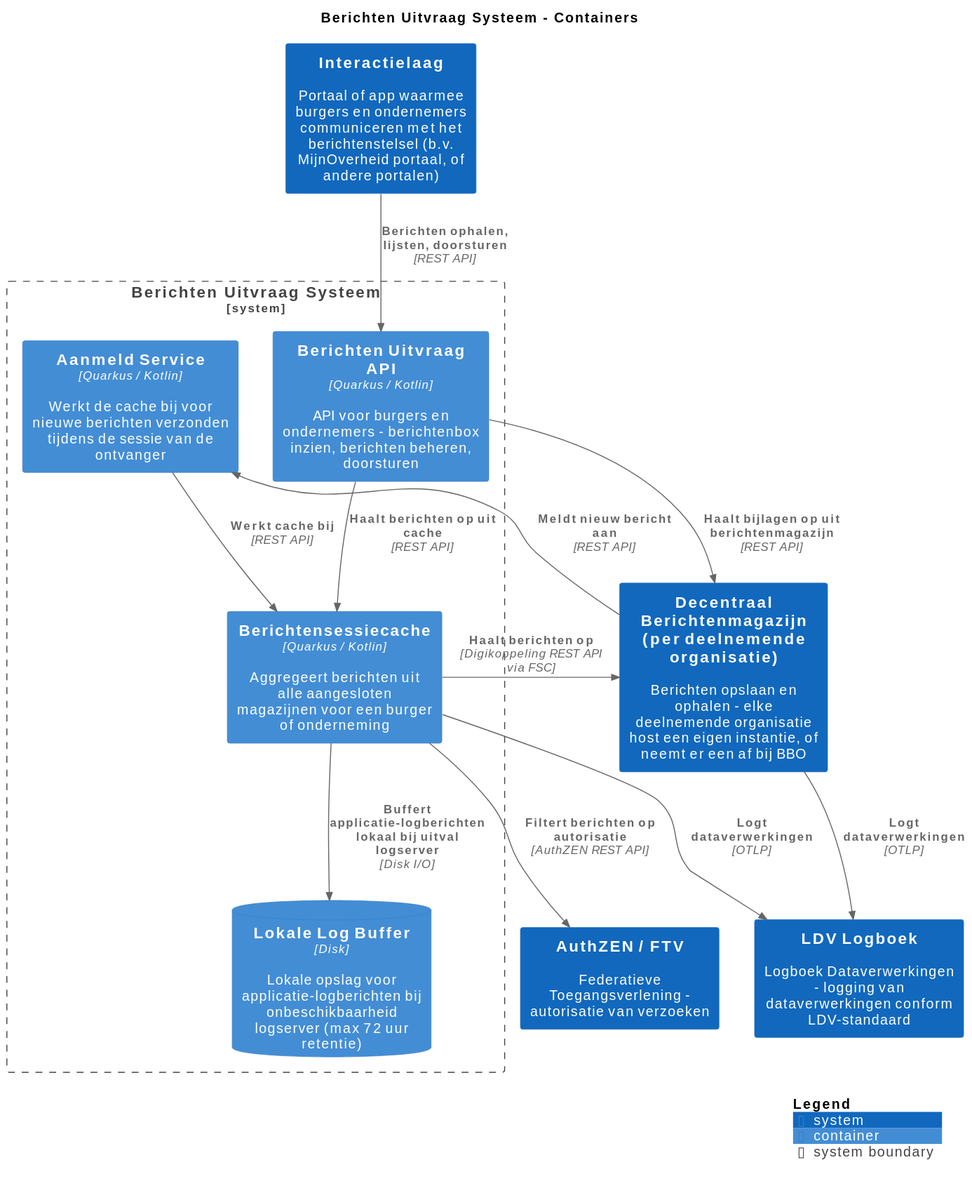
This is pr-preview/pr-16/master/svg/BerichtenUitvraagSysteemContainers.svg from MinBZK/moza-poc-fbs-berichtenbox, a PlantUML export, as it was before one commit. Its source is kept beside it as pr-preview/pr-16/master/puml/BerichtenUitvraagSysteemContainers.puml.
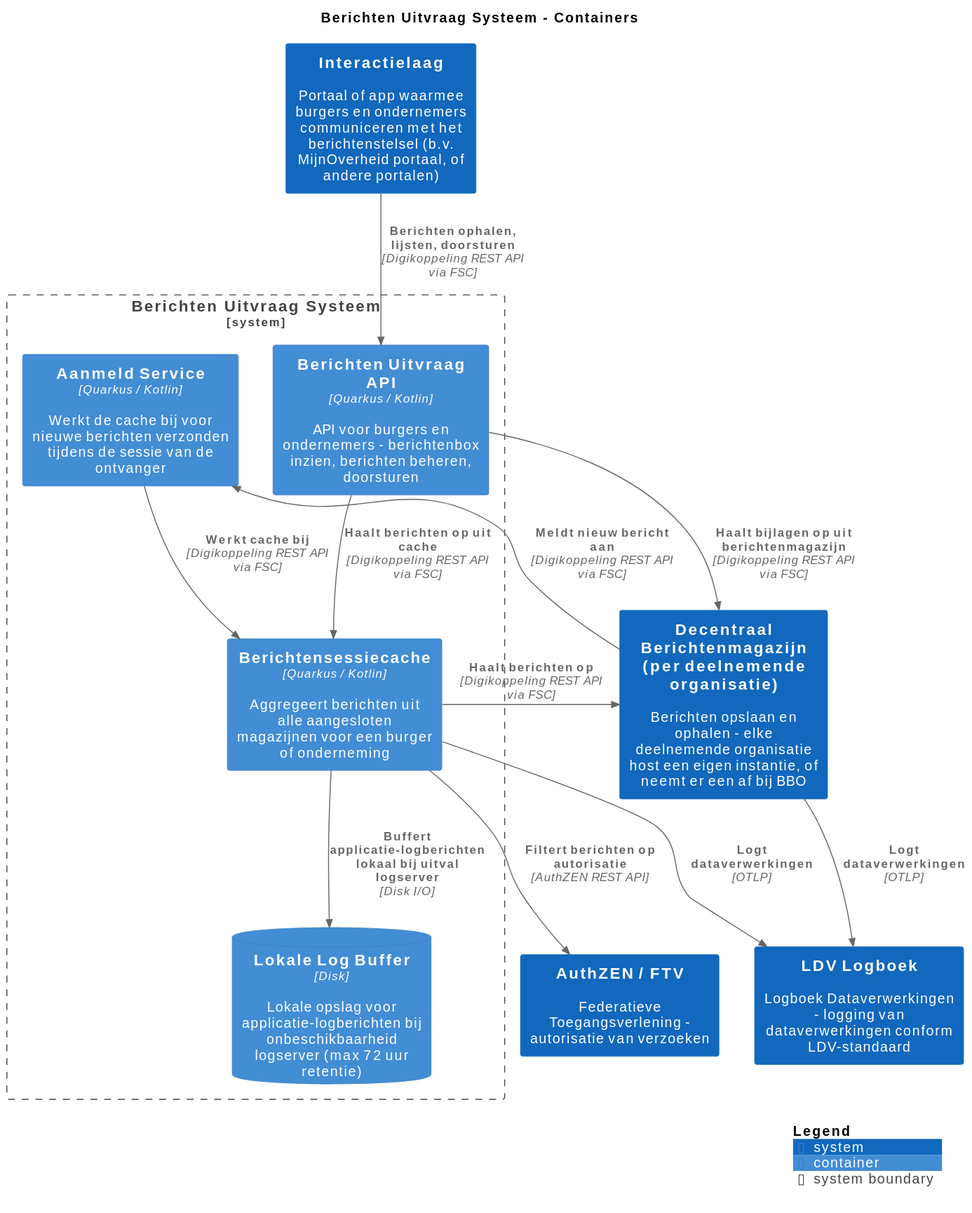
The same file after the commit.

The edit, as a diff of the source:
```diff
@@ -24,12 +24,12 @@
 Rel(BerichtenUitvraagSysteem.Berichtensessiecache, DecentraalBerichtenmagazijnperdeelnemendeorganisatie, "Haalt berichten op", $techn="Digikoppeling REST API via FSC", $tags="", $link="")
 Rel(DecentraalBerichtenmagazijnperdeelnemendeorganisatie, LDVLogboek, "Logt dataverwerkingen", $techn="OTLP", $tags="", $link="")
 Rel(BerichtenUitvraagSysteem.Berichtensessiecache, LDVLogboek, "Logt dataverwerkingen", $techn="OTLP", $tags="", $link="")
-Rel(BerichtenUitvraagSysteem.AanmeldService, BerichtenUitvraagSysteem.Berichtensessiecache, "Werkt cache bij", $techn="REST API", $tags="", $link="")
-Rel(BerichtenUitvraagSysteem.BerichtenUitvraagAPI, BerichtenUitvraagSysteem.Berichtensessiecache, "Haalt berichten op uit cache", $techn="REST API", $tags="", $link="")
+Rel(BerichtenUitvraagSysteem.AanmeldService, BerichtenUitvraagSysteem.Berichtensessiecache, "Werkt cache bij", $techn="Digikoppeling REST API via FSC", $tags="", $link="")
+Rel(BerichtenUitvraagSysteem.BerichtenUitvraagAPI, BerichtenUitvraagSysteem.Berichtensessiecache, "Haalt berichten op uit cache", $techn="Digikoppeling REST API via FSC", $tags="", $link="")
 Rel(BerichtenUitvraagSysteem.Berichtensessiecache, BerichtenUitvraagSysteem.LokaleLogBuffer, "Buffert applicatie-logberichten lokaal bij uitval logserver", $techn="Disk I/O", $tags="", $link="")
-Rel(Interactielaag, BerichtenUitvraagSysteem.BerichtenUitvraagAPI, "Berichten ophalen, lijsten, doorsturen", $techn="REST API", $tags="", $link="")
-Rel(BerichtenUitvraagSysteem.BerichtenUitvraagAPI, DecentraalBerichtenmagazijnperdeelnemendeorganisatie, "Haalt bijlagen op uit berichtenmagazijn", $techn="REST API", $tags="", $link="")
-Rel(DecentraalBerichtenmagazijnperdeelnemendeorganisatie, BerichtenUitvraagSysteem.AanmeldService, "Meldt nieuw bericht aan", $techn="REST API", $tags="", $link="")
+Rel(Interactielaag, BerichtenUitvraagSysteem.BerichtenUitvraagAPI, "Berichten ophalen, lijsten, doorsturen", $techn="Digikoppeling REST API via FSC", $tags="", $link="")
+Rel(BerichtenUitvraagSysteem.BerichtenUitvraagAPI, DecentraalBerichtenmagazijnperdeelnemendeorganisatie, "Haalt bijlagen op uit berichtenmagazijn", $techn="Digikoppeling REST API via FSC", $tags="", $link="")
+Rel(DecentraalBerichtenmagazijnperdeelnemendeorganisatie, BerichtenUitvraagSysteem.AanmeldService, "Meldt nieuw bericht aan", $techn="Digikoppeling REST API via FSC", $tags="", $link="")
 
 SHOW_LEGEND(true)
 @enduml
```
